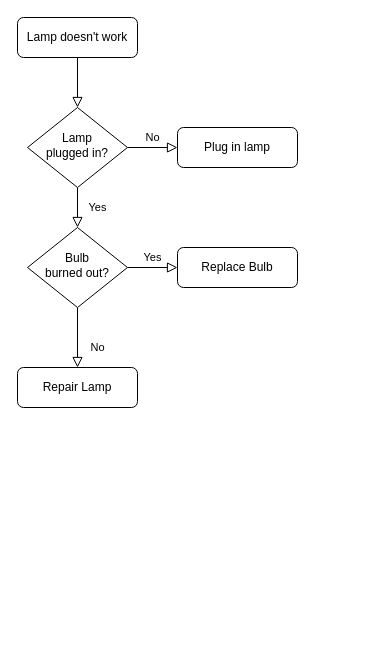
This is 未命名绘图.drawio from xiaoqiangcode1/ScriptManage, a draw.io file, before an edit. Source tidied: cells renumbered, new cells numbered last; positions are measured from the earlier drawing's top-left corner, leaving out a move shared by most shapes. Both pictures are drawn from the tidied source at 100%, with x=0, y=0 at pixel (17, 17).
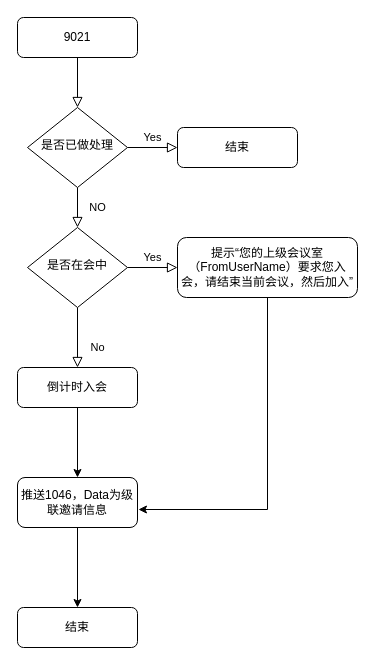
Above is the later version.

What changed in the source:
```diff
@@
 <mxGraphModel>
   <root>
     <mxCell id="0" />
     <mxCell id="1" parent="0" />
     <mxCell id="2" style="rounded=0;html=1;jettySize=auto;fontSize=11;endArrow=block;endFill=0;endSize=8;strokeWidth=1;shadow=0;labelBackgroundColor=none;edgeStyle=orthogonalEdgeStyle;" parent="1" edge="1" source="3" target="6">
       <mxGeometry relative="1" as="geometry" />
     </mxCell>
-    <mxCell id="3" value="Lamp doesn't work" style="rounded=1;whiteSpace=wrap;html=1;fontSize=12;glass=0;strokeWidth=1;shadow=0;" parent="1" vertex="1">
+    <mxCell id="3" value="9021" style="rounded=1;whiteSpace=wrap;html=1;fontSize=12;glass=0;strokeWidth=1;shadow=0;" parent="1" vertex="1">
       <mxGeometry width="120" height="40" as="geometry" />
     </mxCell>
-    <mxCell id="4" value="Yes" style="rounded=0;html=1;jettySize=auto;fontSize=11;endArrow=block;endFill=0;endSize=8;strokeWidth=1;shadow=0;labelBackgroundColor=none;edgeStyle=orthogonalEdgeStyle;" parent="1" edge="1" source="6" target="10">
+    <mxCell id="4" value="NO" style="rounded=0;html=1;jettySize=auto;fontSize=11;endArrow=block;endFill=0;endSize=8;strokeWidth=1;shadow=0;labelBackgroundColor=none;edgeStyle=orthogonalEdgeStyle;" parent="1" edge="1" source="6" target="10">
       <mxGeometry y="20" relative="1" as="geometry" />
     </mxCell>
-    <mxCell id="5" value="No" style="edgeStyle=orthogonalEdgeStyle;rounded=0;html=1;jettySize=auto;fontSize=11;endArrow=block;endFill=0;endSize=8;strokeWidth=1;shadow=0;labelBackgroundColor=none;" parent="1" edge="1" source="6" target="7">
+    <mxCell id="5" value="Yes" style="edgeStyle=orthogonalEdgeStyle;rounded=0;html=1;jettySize=auto;fontSize=11;endArrow=block;endFill=0;endSize=8;strokeWidth=1;shadow=0;labelBackgroundColor=none;" parent="1" edge="1" source="6" target="7">
       <mxGeometry y="10" relative="1" as="geometry" />
     </mxCell>
-    <mxCell id="6" value="Lamp&lt;br&gt;plugged in?" style="rhombus;whiteSpace=wrap;html=1;shadow=0;fontFamily=Helvetica;fontSize=12;align=center;strokeWidth=1;spacing=6;spacingTop=-4;" parent="1" vertex="1">
+    <mxCell id="6" value="是否已做处理" style="rhombus;whiteSpace=wrap;html=1;shadow=0;fontFamily=Helvetica;fontSize=12;align=center;strokeWidth=1;spacing=6;spacingTop=-4;" parent="1" vertex="1">
       <mxGeometry x="10" y="90" width="100" height="80" as="geometry" />
     </mxCell>
-    <mxCell id="7" value="Plug in lamp" style="rounded=1;whiteSpace=wrap;html=1;fontSize=12;glass=0;strokeWidth=1;shadow=0;" parent="1" vertex="1">
+    <mxCell id="7" value="结束" style="rounded=1;whiteSpace=wrap;html=1;fontSize=12;glass=0;strokeWidth=1;shadow=0;" parent="1" vertex="1">
       <mxGeometry x="160" y="110" width="120" height="40" as="geometry" />
     </mxCell>
     <mxCell id="8" value="No" style="rounded=0;html=1;jettySize=auto;fontSize=11;endArrow=block;endFill=0;endSize=8;strokeWidth=1;shadow=0;labelBackgroundColor=none;edgeStyle=orthogonalEdgeStyle;" parent="1" edge="1" source="10" target="11">
       <mxGeometry x="0.33" y="20" relative="1" as="geometry" />
     </mxCell>
     <mxCell id="9" value="Yes" style="edgeStyle=orthogonalEdgeStyle;rounded=0;html=1;jettySize=auto;fontSize=11;endArrow=block;endFill=0;endSize=8;strokeWidth=1;shadow=0;labelBackgroundColor=none;" parent="1" edge="1" source="10" target="12">
       <mxGeometry y="10" relative="1" as="geometry" />
     </mxCell>
-    <mxCell id="10" value="Bulb&lt;br&gt;burned out?" style="rhombus;whiteSpace=wrap;html=1;shadow=0;fontFamily=Helvetica;fontSize=12;align=center;strokeWidth=1;spacing=6;spacingTop=-4;" parent="1" vertex="1">
+    <mxCell id="10" value="是否在会中" style="rhombus;whiteSpace=wrap;html=1;shadow=0;fontFamily=Helvetica;fontSize=12;align=center;strokeWidth=1;spacing=6;spacingTop=-4;" parent="1" vertex="1">
       <mxGeometry x="10" y="210" width="100" height="80" as="geometry" />
     </mxCell>
+    <mxCell id="13" style="edgeStyle=orthogonalEdgeStyle;rounded=0;jettySize=auto;html=1;" parent="1" edge="1" source="11" target="16">
+      <mxGeometry relative="1" as="geometry" />
+    </mxCell>
-    <mxCell id="11" value="Repair Lamp" style="rounded=1;whiteSpace=wrap;html=1;fontSize=12;glass=0;strokeWidth=1;shadow=0;" parent="1" vertex="1">
+    <mxCell id="11" value="倒计时入会" style="rounded=1;whiteSpace=wrap;html=1;fontSize=12;glass=0;strokeWidth=1;shadow=0;" parent="1" vertex="1">
       <mxGeometry y="350" width="120" height="40" as="geometry" />
     </mxCell>
+    <mxCell id="14" style="edgeStyle=orthogonalEdgeStyle;rounded=0;jettySize=auto;html=1;entryX=1.008;entryY=0.64;entryDx=0;entryDy=0;entryPerimeter=0;" parent="1" edge="1" source="12" target="16">
+      <mxGeometry relative="1" as="geometry">
+        <Array as="points">
+          <mxPoint x="250" y="492" />
+        </Array>
+      </mxGeometry>
+    </mxCell>
-    <mxCell id="12" value="Replace Bulb" style="rounded=1;whiteSpace=wrap;html=1;fontSize=12;glass=0;strokeWidth=1;shadow=0;" parent="1" vertex="1">
-      <mxGeometry x="160" y="230" width="120" height="40" as="geometry" />
+    <mxCell id="12" value="提示“您的上级会议室（FromUserName）要求您入会，请结束当前会议，然后加入”" style="rounded=1;whiteSpace=wrap;html=1;fontSize=12;glass=0;strokeWidth=1;shadow=0;" parent="1" vertex="1">
+      <mxGeometry x="160" y="220" width="180" height="60" as="geometry" />
     </mxCell>
+    <mxCell id="15" style="edgeStyle=orthogonalEdgeStyle;rounded=0;jettySize=auto;html=1;" parent="1" edge="1" source="16" target="17">
+      <mxGeometry relative="1" as="geometry" />
+    </mxCell>
+    <mxCell id="16" value="推送1046，Data为级联邀请信息" style="whiteSpace=wrap;html=1;rounded=1;shadow=0;strokeWidth=1;glass=0;" parent="1" vertex="1">
+      <mxGeometry y="460" width="120" height="50" as="geometry" />
+    </mxCell>
+    <mxCell id="17" value="结束" style="whiteSpace=wrap;html=1;rounded=1;shadow=0;strokeWidth=1;glass=0;" parent="1" vertex="1">
+      <mxGeometry y="590" width="120" height="40" as="geometry" />
+    </mxCell>
   </root>
 </mxGraphModel>
```
